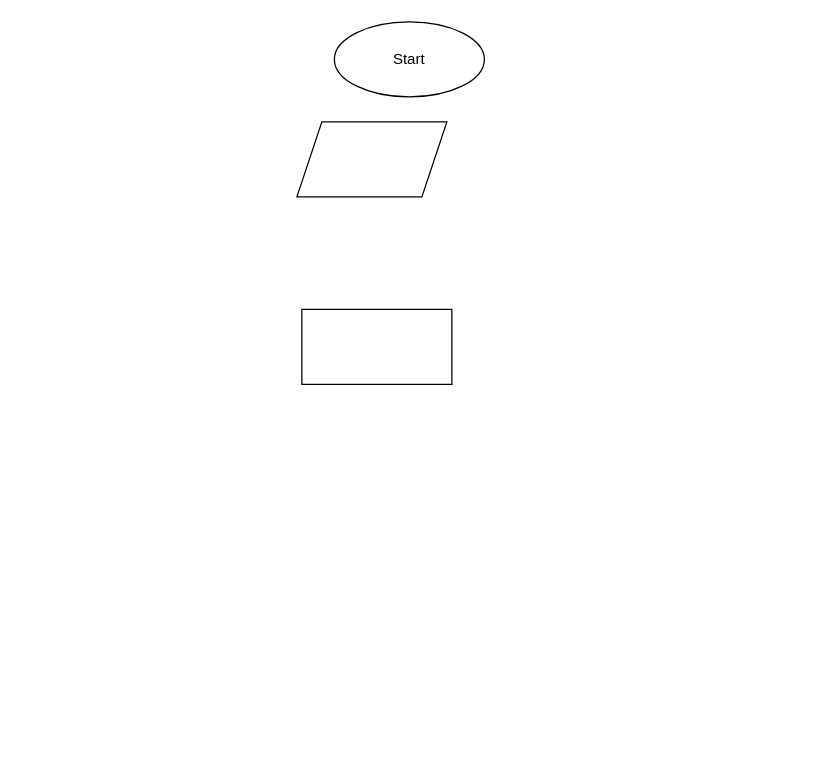
Before: FlowChart.drawio in HisakoR/hisakor.github.io, a draw.io diagram. Source tidied: cells renumbered, new cells numbered last; positions are measured from the earlier drawing's top-left corner, leaving out a move shared by most shapes. Both pictures are drawn from the tidied source at 125%, with x=0, y=0 at pixel (296, 21).
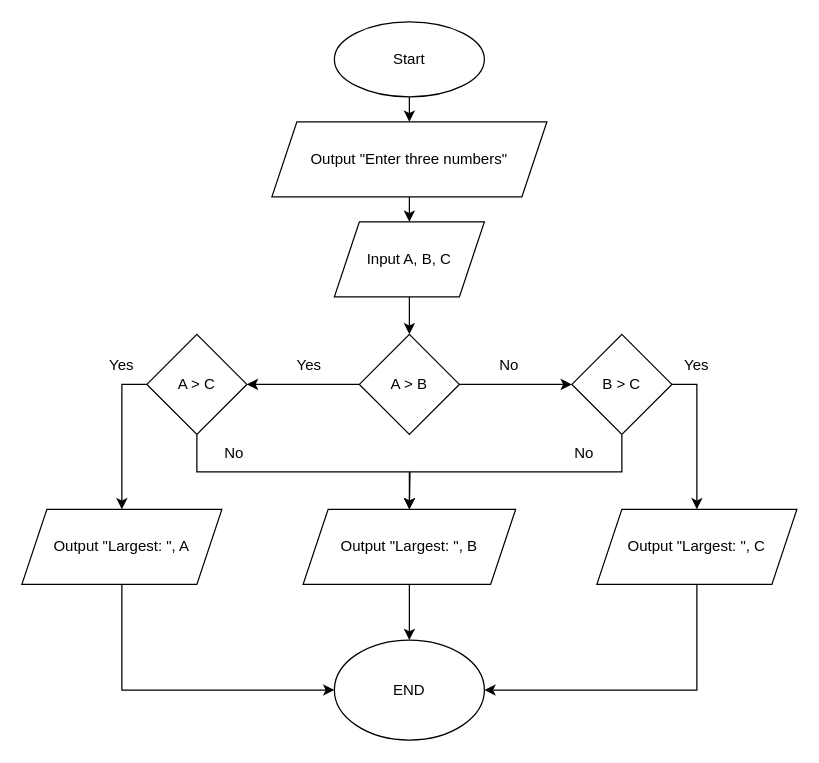
The same page after the edit.

Unchanged cells that the change refers to:
```xml
<mxCell id="2" value="Start" style="ellipse;whiteSpace=wrap;html=1;" parent="1" vertex="1">
  <mxGeometry x="30" width="120" height="60" as="geometry" />
</mxCell>
```

The edit, as a diff of the source:
```diff
@@
+    <mxCell id="5" style="edgeStyle=orthogonalEdgeStyle;rounded=0;jettySize=auto;html=1;exitX=0.5;exitY=1;exitDx=0;exitDy=0;entryX=0.5;entryY=0;entryDx=0;entryDy=0;" parent="1" edge="1" source="2" target="3">
+      <mxGeometry relative="1" as="geometry" />
+    </mxCell>
@@
+    <mxCell id="6" style="edgeStyle=orthogonalEdgeStyle;rounded=0;jettySize=auto;html=1;exitX=0.5;exitY=1;exitDx=0;exitDy=0;entryX=0.5;entryY=0;entryDx=0;entryDy=0;" parent="1" edge="1" source="3" target="8">
+      <mxGeometry relative="1" as="geometry" />
+    </mxCell>
-    <mxCell id="3" style="shape=parallelogram;perimeter=parallelogramPerimeter;whiteSpace=wrap;html=1;fixedSize=1;" parent="1" vertex="1">
-      <mxGeometry y="80" width="120" height="60" as="geometry" />
+    <mxCell id="3" value="Output &quot;Enter three numbers&quot;" style="shape=parallelogram;perimeter=parallelogramPerimeter;whiteSpace=wrap;html=1;fixedSize=1;" parent="1" vertex="1">
+      <mxGeometry x="-20" y="80" width="220" height="60" as="geometry" />
     </mxCell>
-    <mxCell id="4" style="rounded=0;whiteSpace=wrap;html=1;" parent="1" vertex="1">
-      <mxGeometry x="4" y="230" width="120" height="60" as="geometry" />
-    </mxCell>
+    <mxCell id="7" style="edgeStyle=orthogonalEdgeStyle;rounded=0;jettySize=auto;html=1;exitX=0.5;exitY=1;exitDx=0;exitDy=0;entryX=0.5;entryY=0;entryDx=0;entryDy=0;" parent="1" edge="1" source="8" target="14">
+      <mxGeometry relative="1" as="geometry" />
+    </mxCell>
+    <mxCell id="8" value="Input A, B, C" style="shape=parallelogram;perimeter=parallelogramPerimeter;whiteSpace=wrap;html=1;fixedSize=1;" parent="1" vertex="1">
+      <mxGeometry x="30" y="160" width="120" height="60" as="geometry" />
+    </mxCell>
+    <mxCell id="9" style="edgeStyle=orthogonalEdgeStyle;rounded=0;jettySize=auto;html=1;exitX=0;exitY=0.5;exitDx=0;exitDy=0;" parent="1" edge="1" source="11" target="19">
+      <mxGeometry relative="1" as="geometry" />
+    </mxCell>
+    <mxCell id="10" style="edgeStyle=orthogonalEdgeStyle;rounded=0;jettySize=auto;html=1;exitX=0.5;exitY=1;exitDx=0;exitDy=0;entryX=0.5;entryY=0;entryDx=0;entryDy=0;" parent="1" edge="1" source="11" target="21">
+      <mxGeometry relative="1" as="geometry" />
+    </mxCell>
+    <mxCell id="11" value="A &amp;gt; C" style="rhombus;whiteSpace=wrap;html=1;" parent="1" vertex="1">
+      <mxGeometry x="-120" y="250" width="80" height="80" as="geometry" />
+    </mxCell>
+    <mxCell id="12" style="edgeStyle=orthogonalEdgeStyle;rounded=0;jettySize=auto;html=1;exitX=0;exitY=0.5;exitDx=0;exitDy=0;entryX=1;entryY=0.5;entryDx=0;entryDy=0;" parent="1" edge="1" source="14" target="11">
+      <mxGeometry relative="1" as="geometry" />
+    </mxCell>
+    <mxCell id="13" style="edgeStyle=orthogonalEdgeStyle;rounded=0;jettySize=auto;html=1;exitX=1;exitY=0.5;exitDx=0;exitDy=0;entryX=0;entryY=0.5;entryDx=0;entryDy=0;" parent="1" edge="1" source="14" target="17">
+      <mxGeometry relative="1" as="geometry" />
+    </mxCell>
+    <mxCell id="14" value="A &amp;gt; B" style="rhombus;whiteSpace=wrap;html=1;" parent="1" vertex="1">
+      <mxGeometry x="50" y="250" width="80" height="80" as="geometry" />
+    </mxCell>
+    <mxCell id="15" style="edgeStyle=orthogonalEdgeStyle;rounded=0;jettySize=auto;html=1;exitX=1;exitY=0.5;exitDx=0;exitDy=0;entryX=0.5;entryY=0;entryDx=0;entryDy=0;" parent="1" edge="1" source="17" target="23">
+      <mxGeometry relative="1" as="geometry" />
+    </mxCell>
+    <mxCell id="16" style="edgeStyle=orthogonalEdgeStyle;rounded=0;jettySize=auto;html=1;exitX=0.5;exitY=1;exitDx=0;exitDy=0;" parent="1" edge="1" source="17">
+      <mxGeometry relative="1" as="geometry">
+        <mxPoint x="90" y="390" as="targetPoint" />
+      </mxGeometry>
+    </mxCell>
+    <mxCell id="17" value="B &amp;gt; C" style="rhombus;whiteSpace=wrap;html=1;" parent="1" vertex="1">
+      <mxGeometry x="220" y="250" width="80" height="80" as="geometry" />
+    </mxCell>
+    <mxCell id="18" style="edgeStyle=orthogonalEdgeStyle;rounded=0;jettySize=auto;html=1;exitX=0.5;exitY=1;exitDx=0;exitDy=0;entryX=0;entryY=0.5;entryDx=0;entryDy=0;" parent="1" edge="1" source="19" target="24">
+      <mxGeometry relative="1" as="geometry" />
+    </mxCell>
+    <mxCell id="19" value="Output &quot;Largest: &quot;, A" style="shape=parallelogram;perimeter=parallelogramPerimeter;whiteSpace=wrap;html=1;fixedSize=1;" parent="1" vertex="1">
+      <mxGeometry x="-220" y="390" width="160" height="60" as="geometry" />
+    </mxCell>
+    <mxCell id="20" style="edgeStyle=orthogonalEdgeStyle;rounded=0;jettySize=auto;html=1;exitX=0.5;exitY=1;exitDx=0;exitDy=0;entryX=0.5;entryY=0;entryDx=0;entryDy=0;" parent="1" edge="1" source="21" target="24">
+      <mxGeometry relative="1" as="geometry" />
+    </mxCell>
+    <mxCell id="21" value="Output &quot;Largest: &quot;, B" style="shape=parallelogram;perimeter=parallelogramPerimeter;whiteSpace=wrap;html=1;fixedSize=1;" parent="1" vertex="1">
+      <mxGeometry x="5" y="390" width="170" height="60" as="geometry" />
+    </mxCell>
+    <mxCell id="22" style="edgeStyle=orthogonalEdgeStyle;rounded=0;jettySize=auto;html=1;exitX=0.5;exitY=1;exitDx=0;exitDy=0;entryX=1;entryY=0.5;entryDx=0;entryDy=0;" parent="1" edge="1" source="23" target="24">
+      <mxGeometry relative="1" as="geometry" />
+    </mxCell>
+    <mxCell id="23" value="Output &quot;Largest: &quot;, C" style="shape=parallelogram;perimeter=parallelogramPerimeter;whiteSpace=wrap;html=1;fixedSize=1;" parent="1" vertex="1">
+      <mxGeometry x="240" y="390" width="160" height="60" as="geometry" />
+    </mxCell>
+    <mxCell id="24" value="END" style="ellipse;whiteSpace=wrap;html=1;" parent="1" vertex="1">
+      <mxGeometry x="30" y="494.5" width="120" height="80" as="geometry" />
+    </mxCell>
+    <mxCell id="25" value="Yes" style="text;html=1;align=center;verticalAlign=middle;whiteSpace=wrap;rounded=0;" parent="1" vertex="1">
+      <mxGeometry x="-20" y="260" width="60" height="30" as="geometry" />
+    </mxCell>
+    <mxCell id="26" value="Yes" style="text;html=1;align=center;verticalAlign=middle;whiteSpace=wrap;rounded=0;" parent="1" vertex="1">
+      <mxGeometry x="-170" y="260" width="60" height="30" as="geometry" />
+    </mxCell>
+    <mxCell id="27" value="Yes" style="text;html=1;align=center;verticalAlign=middle;whiteSpace=wrap;rounded=0;" parent="1" vertex="1">
+      <mxGeometry x="290" y="260" width="60" height="30" as="geometry" />
+    </mxCell>
+    <mxCell id="28" value="No" style="text;html=1;align=center;verticalAlign=middle;whiteSpace=wrap;rounded=0;" parent="1" vertex="1">
+      <mxGeometry x="140" y="260" width="60" height="30" as="geometry" />
+    </mxCell>
+    <mxCell id="29" value="No" style="text;html=1;align=center;verticalAlign=middle;whiteSpace=wrap;rounded=0;" parent="1" vertex="1">
+      <mxGeometry x="-80" y="330" width="60" height="30" as="geometry" />
+    </mxCell>
+    <mxCell id="30" value="No" style="text;html=1;align=center;verticalAlign=middle;whiteSpace=wrap;rounded=0;" parent="1" vertex="1">
+      <mxGeometry x="200" y="330" width="60" height="30" as="geometry" />
+    </mxCell>
```
